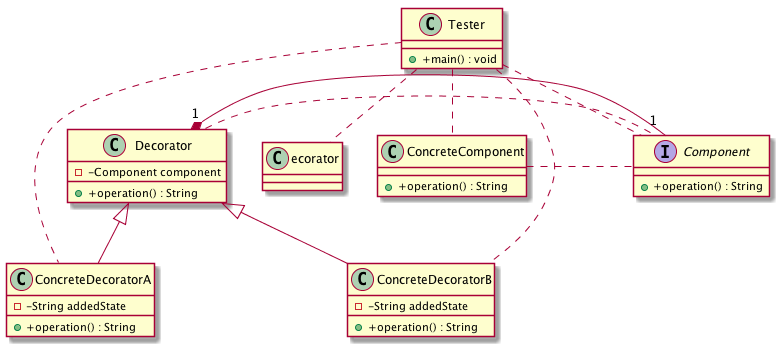
rashmishrm/UMLParser keeps this PlantUML diagram as UMLGenerator/test-case-5.png. Above is the earlier version.
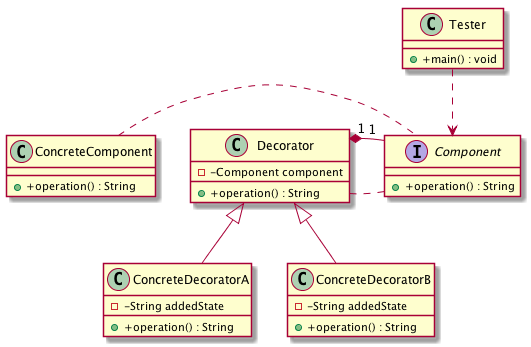
Later version of the same file.

Diff of the diagram source:
```diff
@@ -31,10 +31,6 @@
 Decorator<|--ConcreteDecoratorB
 Decorator . Component
 Decorator  "1" *--  "1"  Component
-Tester..ConcreteDecoratorA
-Tester..Decorator
-Tester..ConcreteComponent
-Tester..ConcreteDecoratorB
-Tester..Component
+Tester..>Component
 
 @enduml
```
